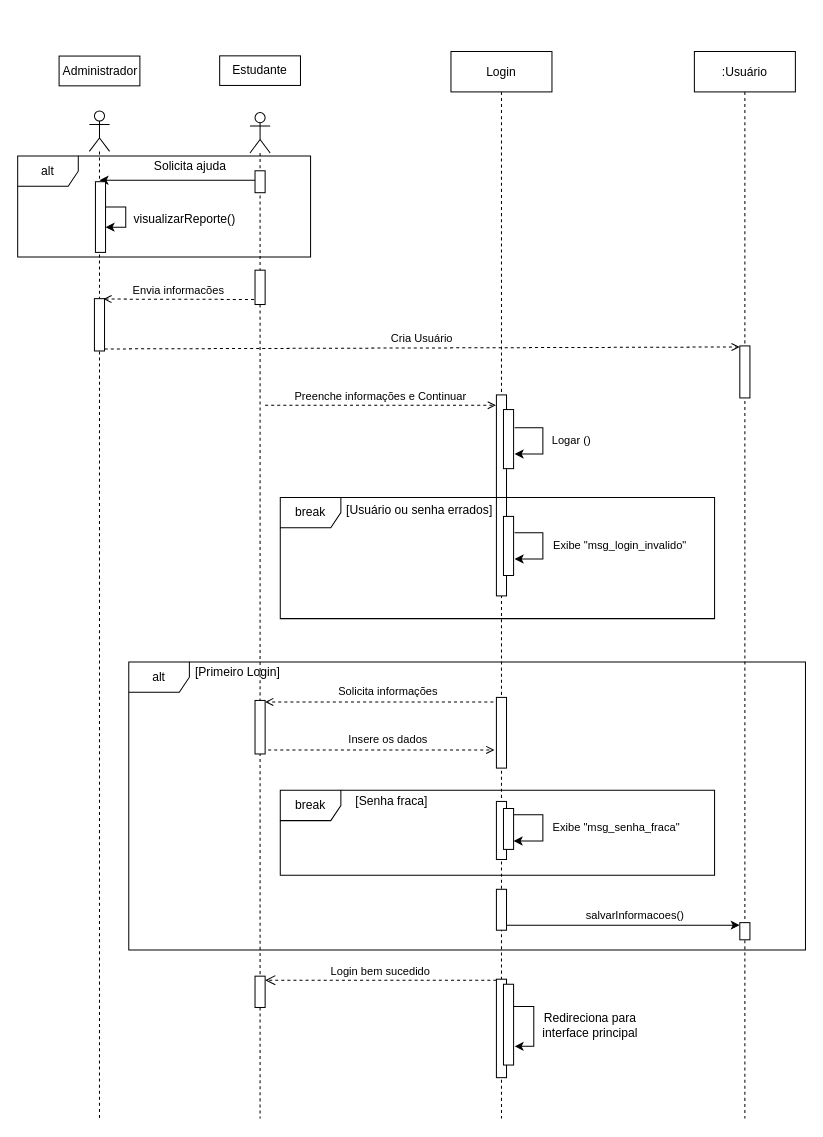
Earlier version of the draw.io diagram DiagramaSequencia.drawio (augustorazani/QENEM-UML-Diagram). Source tidied: cells renumbered, new cells numbered last; positions are measured from the earlier drawing's top-left corner, leaving out a move shared by most shapes. Both pictures are drawn from the tidied source at 101%, with x=0, y=0 at pixel (17, 16).
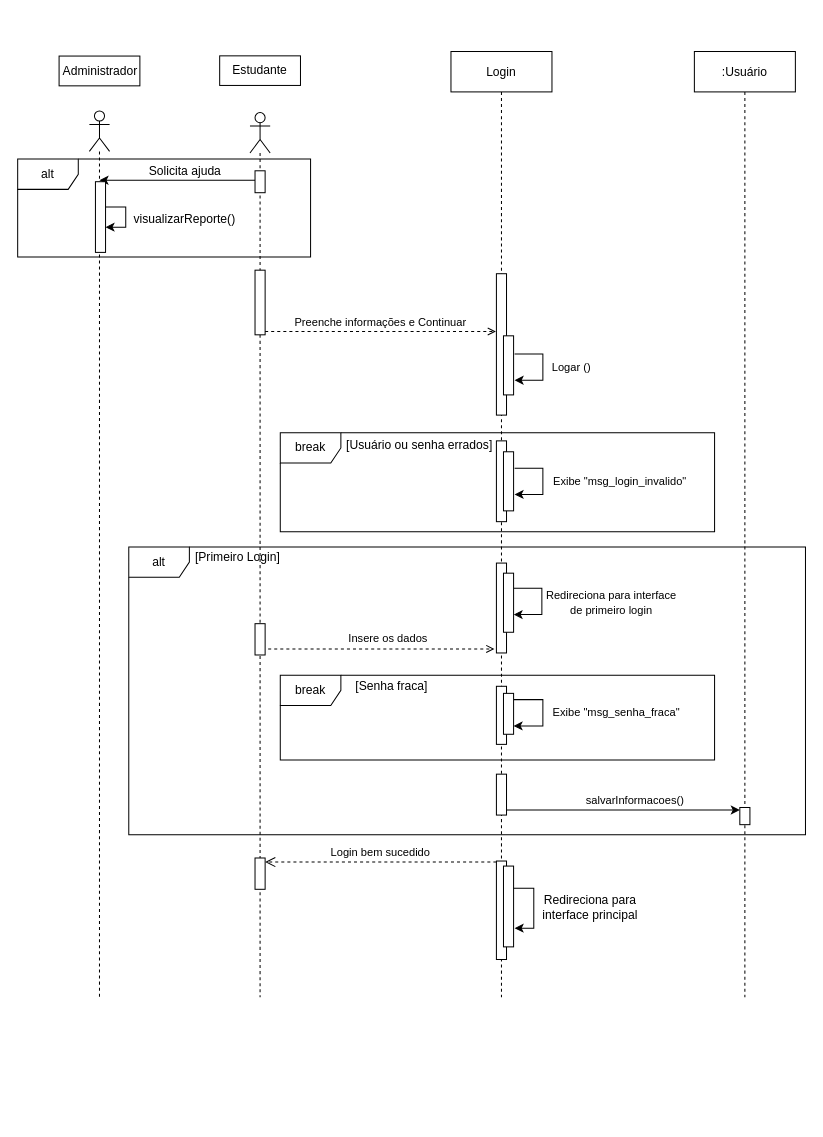
Above is the later version.

Change to the diagram source:
```diff
@@
     <mxCell id="2" value=":Usuário" style="shape=umlLifeline;perimeter=lifelinePerimeter;whiteSpace=wrap;html=1;newEdgeStyle={&quot;curved&quot;:0,&quot;rounded&quot;:0};" parent="1" vertex="1">
-      <mxGeometry x="670" y="34.5" width="100" height="1056.5" as="geometry" />
+      <mxGeometry x="670" y="34.5" width="100" height="936.5" as="geometry" />
     </mxCell>
-    <mxCell id="3" style="html=1;points=[[0,0,0,0,5],[0,1,0,0,-5],[1,0,0,0,5],[1,1,0,0,-5]];perimeter=orthogonalPerimeter;outlineConnect=0;targetShapes=umlLifeline;portConstraint=eastwest;newEdgeStyle={&quot;curved&quot;:0,&quot;rounded&quot;:0};" parent="2" vertex="1">
-      <mxGeometry x="45" y="291.5" width="10" height="51.5" as="geometry" />
-    </mxCell>
     <mxCell id="4" value="Login" style="shape=umlLifeline;perimeter=lifelinePerimeter;whiteSpace=wrap;html=1;newEdgeStyle={&quot;curved&quot;:0,&quot;rounded&quot;:0};" parent="1" vertex="1">
-      <mxGeometry x="429" y="34.5" width="100" height="1056.5" as="geometry" />
+      <mxGeometry x="429" y="34.5" width="100" height="936.5" as="geometry" />
     </mxCell>
     <mxCell id="5" style="html=1;perimeter=orthogonalPerimeter;targetShapes=umlLifeline;newEdgeStyle={&quot;curved&quot;:0,&quot;rounded&quot;:0};" parent="4" vertex="1">
-      <mxGeometry x="45" y="340" width="10" height="199" as="geometry" />
+      <mxGeometry x="45" y="220" width="10" height="140" as="geometry" />
     </mxCell>
     <mxCell id="6" style="html=1;perimeter=orthogonalPerimeter;targetShapes=umlLifeline;newEdgeStyle={&quot;curved&quot;:0,&quot;rounded&quot;:0};" parent="4" vertex="1">
-      <mxGeometry x="45" y="918.5" width="10" height="97.5" as="geometry" />
+      <mxGeometry x="45" y="801.5" width="10" height="97.5" as="geometry" />
     </mxCell>
     <mxCell id="7" style="html=1;perimeter=orthogonalPerimeter;targetShapes=umlLifeline;newEdgeStyle={&quot;curved&quot;:0,&quot;rounded&quot;:0};" parent="4" vertex="1">
-      <mxGeometry x="52" y="923.5" width="10" height="80" as="geometry" />
+      <mxGeometry x="52" y="806.5" width="10" height="80" as="geometry" />
     </mxCell>
     <mxCell id="8" style="edgeStyle=orthogonalEdgeStyle;rounded=0;orthogonalLoop=1;jettySize=auto;html=1;curved=0;" parent="4" edge="1">
       <mxGeometry relative="1" as="geometry">
-        <mxPoint x="63" y="372.5" as="sourcePoint" />
-        <mxPoint x="63" y="398.5" as="targetPoint" />
+        <mxPoint x="63" y="299.5" as="sourcePoint" />
+        <mxPoint x="63" y="325.5" as="targetPoint" />
         <Array as="points">
-          <mxPoint x="91" y="373" />
-          <mxPoint x="91" y="399" />
+          <mxPoint x="91" y="300" />
+          <mxPoint x="91" y="326" />
         </Array>
       </mxGeometry>
     </mxCell>
     <mxCell id="9" style="html=1;perimeter=orthogonalPerimeter;targetShapes=umlLifeline;newEdgeStyle={&quot;curved&quot;:0,&quot;rounded&quot;:0};" parent="4" vertex="1">
-      <mxGeometry x="45" y="742.5" width="10" height="57.5" as="geometry" />
+      <mxGeometry x="45" y="628.5" width="10" height="57.5" as="geometry" />
     </mxCell>
     <mxCell id="10" style="html=1;points=[[0,0,0,0,5],[0,1,0,0,-5],[1,0,0,0,5],[1,1,0,0,-5]];perimeter=orthogonalPerimeter;outlineConnect=0;targetShapes=umlLifeline;portConstraint=eastwest;newEdgeStyle={&quot;curved&quot;:0,&quot;rounded&quot;:0};" parent="4" vertex="1">
-      <mxGeometry x="45" y="829.5" width="10" height="40.5" as="geometry" />
+      <mxGeometry x="45" y="715.5" width="10" height="40.5" as="geometry" />
     </mxCell>
     <mxCell id="11" style="html=1;perimeter=orthogonalPerimeter;targetShapes=umlLifeline;newEdgeStyle={&quot;curved&quot;:0,&quot;rounded&quot;:0};" parent="4" vertex="1">
-      <mxGeometry x="52" y="354.5" width="10" height="58.5" as="geometry" />
+      <mxGeometry x="52" y="281.5" width="10" height="58.5" as="geometry" />
     </mxCell>
     <mxCell id="12" style="edgeStyle=orthogonalEdgeStyle;rounded=0;orthogonalLoop=1;jettySize=auto;html=1;curved=0;" parent="4" edge="1">
       <mxGeometry relative="1" as="geometry">
-        <mxPoint x="62" y="755.7" as="sourcePoint" />
-        <mxPoint x="62" y="781.7" as="targetPoint" />
+        <mxPoint x="62" y="641.7" as="sourcePoint" />
+        <mxPoint x="62" y="667.7" as="targetPoint" />
         <Array as="points">
-          <mxPoint x="91" y="756" />
-          <mxPoint x="91" y="782" />
+          <mxPoint x="91" y="642" />
+          <mxPoint x="91" y="668" />
         </Array>
       </mxGeometry>
     </mxCell>
     <mxCell id="13" style="html=1;perimeter=orthogonalPerimeter;targetShapes=umlLifeline;newEdgeStyle={&quot;curved&quot;:0,&quot;rounded&quot;:0};" parent="4" vertex="1">
-      <mxGeometry x="52" y="749.5" width="10" height="40.5" as="geometry" />
+      <mxGeometry x="52" y="635.5" width="10" height="40.5" as="geometry" />
     </mxCell>
     <mxCell id="14" value="&lt;span style=&quot;font-size: 11px; text-wrap-mode: nowrap; background-color: rgb(255, 255, 255);&quot;&gt;Logar ()&lt;/span&gt;" style="text;html=1;align=center;verticalAlign=middle;whiteSpace=wrap;rounded=0;" parent="1" vertex="1">
-      <mxGeometry x="516" y="405" width="65" height="30" as="geometry" />
+      <mxGeometry x="516" y="332" width="65" height="30" as="geometry" />
     </mxCell>
-    <mxCell id="15" value="&lt;span style=&quot;font-size: 11px; text-wrap-mode: nowrap; background-color: rgb(255, 255, 255);&quot;&gt;Solicita informações&lt;/span&gt;" style="text;html=1;align=center;verticalAlign=middle;whiteSpace=wrap;rounded=0;" parent="1" vertex="1">
-      <mxGeometry x="312" y="658" width="110" height="20" as="geometry" />
-    </mxCell>
+    <mxCell id="57" style="html=1;perimeter=orthogonalPerimeter;targetShapes=umlLifeline;newEdgeStyle={&quot;curved&quot;:0,&quot;rounded&quot;:0};" parent="1" vertex="1">
+      <mxGeometry x="474" y="420" width="10" height="80" as="geometry" />
+    </mxCell>
     <mxCell id="16" value="break" style="shape=umlFrame;whiteSpace=wrap;html=1;" parent="1" vertex="1">
-      <mxGeometry x="260" y="476" width="430" height="120" as="geometry" />
+      <mxGeometry x="260" y="412" width="430" height="98" as="geometry" />
     </mxCell>
     <mxCell id="17" value="&lt;span style=&quot;font-size: 11px; text-wrap-mode: nowrap; background-color: rgb(255, 255, 255);&quot;&gt;Exibe &quot;msg_login_invalido&quot;&lt;/span&gt;" style="text;html=1;align=center;verticalAlign=middle;whiteSpace=wrap;rounded=0;" parent="1" vertex="1">
-      <mxGeometry x="526" y="509" width="141" height="30" as="geometry" />
+      <mxGeometry x="526" y="445" width="141" height="30" as="geometry" />
     </mxCell>
     <mxCell id="18" value="[Usuário ou senha errados]" style="text;html=1;align=center;verticalAlign=middle;whiteSpace=wrap;rounded=0;" parent="1" vertex="1">
-      <mxGeometry x="318" y="474" width="160" height="30" as="geometry" />
+      <mxGeometry x="318" y="410" width="160" height="30" as="geometry" />
     </mxCell>
     <mxCell id="19" value="alt" style="shape=umlFrame;whiteSpace=wrap;html=1;" parent="1" vertex="1">
-      <mxGeometry x="110" y="639" width="670" height="285" as="geometry" />
+      <mxGeometry x="110" y="525" width="670" height="285" as="geometry" />
     </mxCell>
     <mxCell id="20" value="[Primeiro Login]" style="text;html=1;align=center;verticalAlign=middle;whiteSpace=wrap;rounded=0;" parent="1" vertex="1">
-      <mxGeometry x="138" y="634" width="160" height="30" as="geometry" />
+      <mxGeometry x="138" y="520" width="160" height="30" as="geometry" />
     </mxCell>
-    <mxCell id="21" style="endArrow=open;html=1;rounded=0;dashed=1;endFill=0;" parent="1" edge="1">
-      <mxGeometry relative="1" as="geometry">
-        <mxPoint x="477" y="678.5" as="sourcePoint" />
-        <mxPoint x="245" y="678.5" as="targetPoint" />
-      </mxGeometry>
-    </mxCell>
     <mxCell id="22" style="endArrow=open;html=1;rounded=0;dashed=1;endFill=0;" parent="1" edge="1">
       <mxGeometry relative="1" as="geometry">
-        <mxPoint x="248" y="726" as="sourcePoint" />
-        <mxPoint x="472" y="726" as="targetPoint" />
+        <mxPoint x="248" y="626" as="sourcePoint" />
+        <mxPoint x="472" y="626" as="targetPoint" />
         <Array as="points">
-          <mxPoint x="351" y="726" />
+          <mxPoint x="351" y="626" />
         </Array>
       </mxGeometry>
     </mxCell>
     <mxCell id="23" value="&lt;span style=&quot;font-size: 11px; text-wrap-mode: nowrap; background-color: rgb(255, 255, 255);&quot;&gt;Insere os dados&lt;/span&gt;" style="text;html=1;align=center;verticalAlign=middle;whiteSpace=wrap;rounded=0;" parent="1" vertex="1">
-      <mxGeometry x="312" y="706" width="110" height="20" as="geometry" />
+      <mxGeometry x="312" y="606" width="110" height="20" as="geometry" />
     </mxCell>
     <mxCell id="24" value="break" style="shape=umlFrame;whiteSpace=wrap;html=1;" parent="1" vertex="1">
-      <mxGeometry x="260" y="766" width="430" height="84" as="geometry" />
+      <mxGeometry x="260" y="652" width="430" height="84" as="geometry" />
     </mxCell>
     <mxCell id="25" value="&lt;span style=&quot;font-size: 11px; text-wrap-mode: nowrap; background-color: rgb(255, 255, 255);&quot;&gt;Exibe &quot;msg_senha_fraca&quot;&lt;/span&gt;" style="text;html=1;align=center;verticalAlign=middle;whiteSpace=wrap;rounded=0;" parent="1" vertex="1">
-      <mxGeometry x="520" y="788" width="146" height="30" as="geometry" />
+      <mxGeometry x="520" y="674" width="146" height="30" as="geometry" />
     </mxCell>
     <mxCell id="26" value="[Senha fraca]" style="text;html=1;align=center;verticalAlign=middle;whiteSpace=wrap;rounded=0;" parent="1" vertex="1">
-      <mxGeometry x="328" y="762" width="85" height="30" as="geometry" />
+      <mxGeometry x="328" y="648" width="85" height="30" as="geometry" />
     </mxCell>
     <mxCell id="27" value="Login bem sucedido" style="html=1;verticalAlign=bottom;endArrow=open;dashed=1;endSize=8;curved=0;rounded=0;" parent="1" edge="1" target="48">
       <mxGeometry relative="1" as="geometry">
-        <mxPoint x="474" y="954" as="sourcePoint" />
+        <mxPoint x="474" y="837" as="sourcePoint" />
       </mxGeometry>
     </mxCell>
     <mxCell id="28" value="&lt;div&gt;&lt;span style=&quot;background-color: transparent; color: light-dark(rgb(0, 0, 0), rgb(255, 255, 255));&quot;&gt;Redireciona para interface principal&lt;/span&gt;&lt;/div&gt;" style="text;html=1;align=center;verticalAlign=middle;whiteSpace=wrap;rounded=0;" parent="1" vertex="1">
-      <mxGeometry x="510" y="979" width="114" height="40" as="geometry" />
+      <mxGeometry x="510" y="862" width="114" height="40" as="geometry" />
     </mxCell>
     <mxCell id="29" style="edgeStyle=orthogonalEdgeStyle;rounded=0;orthogonalLoop=1;jettySize=auto;html=1;curved=0;" parent="1" edge="1">
       <mxGeometry relative="1" as="geometry">
-        <mxPoint x="491" y="980" as="sourcePoint" />
-        <mxPoint x="492" y="1019.5" as="targetPoint" />
+        <mxPoint x="491" y="863" as="sourcePoint" />
+        <mxPoint x="492" y="902.5" as="targetPoint" />
         <Array as="points">
-          <mxPoint x="511" y="980.5" />
-          <mxPoint x="511" y="1019.5" />
+          <mxPoint x="511" y="863.5" />
+          <mxPoint x="511" y="902.5" />
         </Array>
       </mxGeometry>
     </mxCell>
     <mxCell id="30" value="alt" style="shape=umlFrame;whiteSpace=wrap;html=1;" parent="1" vertex="1">
-      <mxGeometry y="138" width="290" height="100" as="geometry" />
+      <mxGeometry y="141" width="290" height="97" as="geometry" />
     </mxCell>
@@
     <mxCell id="32" style="edgeStyle=orthogonalEdgeStyle;rounded=0;orthogonalLoop=1;jettySize=auto;html=1;curved=0;" parent="1" edge="1">
       <mxGeometry relative="1" as="geometry">
-        <mxPoint x="492" y="511" as="sourcePoint" />
-        <mxPoint x="492" y="537" as="targetPoint" />
+        <mxPoint x="492" y="447" as="sourcePoint" />
+        <mxPoint x="492" y="473" as="targetPoint" />
         <Array as="points">
-          <mxPoint x="520" y="511" />
-          <mxPoint x="520" y="537" />
+          <mxPoint x="520" y="447" />
+          <mxPoint x="520" y="473" />
         </Array>
       </mxGeometry>
     </mxCell>
     <mxCell id="33" style="edgeStyle=orthogonalEdgeStyle;rounded=0;jettySize=auto;html=1;curved=0;exitX=1;exitY=1;exitDx=0;exitDy=-5;exitPerimeter=0;" parent="1" edge="1" source="10" target="36">
       <mxGeometry relative="1" as="geometry">
         <Array as="points">
-          <mxPoint x="660" y="900" />
-          <mxPoint x="660" y="900" />
+          <mxPoint x="660" y="786" />
+          <mxPoint x="660" y="786" />
         </Array>
       </mxGeometry>
     </mxCell>
@@
     <mxCell id="35" style="html=1;perimeter=orthogonalPerimeter;targetShapes=umlLifeline;newEdgeStyle={&quot;curved&quot;:0,&quot;rounded&quot;:0};" parent="1" vertex="1">
-      <mxGeometry x="474" y="674" width="10" height="70" as="geometry" />
+      <mxGeometry x="474" y="541" width="10" height="89" as="geometry" />
     </mxCell>
     <mxCell id="36" style="html=1;points=[[0,0,0,0,5],[0,1,0,0,-5],[1,0,0,0,5],[1,1,0,0,-5]];perimeter=orthogonalPerimeter;outlineConnect=0;targetShapes=umlLifeline;portConstraint=eastwest;newEdgeStyle={&quot;curved&quot;:0,&quot;rounded&quot;:0};" parent="1" vertex="1">
-      <mxGeometry x="715" y="897" width="10" height="17" as="geometry" />
+      <mxGeometry x="715" y="783" width="10" height="17" as="geometry" />
     </mxCell>
@@
     <mxCell id="38" style="shape=umlLifeline;perimeter=lifelinePerimeter;whiteSpace=wrap;html=1;newEdgeStyle={&quot;curved&quot;:0,&quot;rounded&quot;:0};participant=umlActor;" parent="1" vertex="1">
-      <mxGeometry x="71" y="93.4" width="20" height="997.6" as="geometry" />
+      <mxGeometry x="71" y="93.4" width="20" height="877.6" as="geometry" />
     </mxCell>
@@
-    <mxCell id="42" style="html=1;perimeter=orthogonalPerimeter;targetShapes=umlLifeline;newEdgeStyle={&quot;curved&quot;:0,&quot;rounded&quot;:0};" parent="1" vertex="1">
-      <mxGeometry x="76" y="279.2" width="10" height="51.8" as="geometry" />
-    </mxCell>
     <mxCell id="43" value="Solicita ajuda" style="text;html=1;align=center;verticalAlign=middle;whiteSpace=wrap;rounded=0;" parent="1" vertex="1">
-      <mxGeometry x="125.5" y="131.5" width="90" height="33.4" as="geometry" />
+      <mxGeometry x="120.5" y="136.5" width="90" height="33.4" as="geometry" />
     </mxCell>
@@
-    <mxCell id="45" value="Cria Usuário" style="html=1;verticalAlign=bottom;endArrow=open;curved=0;rounded=0;dashed=1;endFill=0;entryX=-0.013;entryY=0.02;entryDx=0;entryDy=0;entryPerimeter=0;" parent="1" edge="1" target="3">
-      <mxGeometry relative="1" as="geometry">
-        <mxPoint x="86.2" y="329" as="sourcePoint" />
-      </mxGeometry>
-    </mxCell>
     <mxCell id="46" style="shape=umlLifeline;perimeter=lifelinePerimeter;whiteSpace=wrap;html=1;newEdgeStyle={&quot;curved&quot;:0,&quot;rounded&quot;:0};participant=umlActor;" parent="1" vertex="1">
-      <mxGeometry x="230" y="95" width="20" height="996" as="geometry" />
+      <mxGeometry x="230" y="95" width="20" height="876" as="geometry" />
     </mxCell>
     <mxCell id="47" style="html=1;perimeter=orthogonalPerimeter;targetShapes=umlLifeline;newEdgeStyle={&quot;curved&quot;:0,&quot;rounded&quot;:0};" parent="46" vertex="1">
-      <mxGeometry x="5" y="582" width="10" height="53" as="geometry" />
+      <mxGeometry x="5" y="506" width="10" height="31" as="geometry" />
     </mxCell>
     <mxCell id="48" style="html=1;points=[[0,0,0,0,5],[0,1,0,0,-5],[1,0,0,0,5],[1,1,0,0,-5]];perimeter=orthogonalPerimeter;outlineConnect=0;targetShapes=umlLifeline;portConstraint=eastwest;newEdgeStyle={&quot;curved&quot;:0,&quot;rounded&quot;:0};" parent="46" vertex="1">
-      <mxGeometry x="5" y="855" width="10" height="31" as="geometry" />
+      <mxGeometry x="5" y="738" width="10" height="31" as="geometry" />
     </mxCell>
     <mxCell id="49" style="html=1;perimeter=orthogonalPerimeter;targetShapes=umlLifeline;newEdgeStyle={&quot;curved&quot;:0,&quot;rounded&quot;:0};" parent="46" vertex="1">
-      <mxGeometry x="5" y="156" width="10" height="34" as="geometry" />
+      <mxGeometry x="5" y="156" width="10" height="64" as="geometry" />
     </mxCell>
     <mxCell id="50" value="Preenche informações e Continuar" style="html=1;verticalAlign=bottom;endArrow=open;curved=0;rounded=0;dashed=1;endFill=0;" parent="1" edge="1">
       <mxGeometry relative="1" as="geometry">
-        <mxPoint x="245" y="384.7" as="sourcePoint" />
-        <mxPoint x="473.5" y="384.7" as="targetPoint" />
+        <mxPoint x="245" y="311.7" as="sourcePoint" />
+        <mxPoint x="473.5" y="311.7" as="targetPoint" />
       </mxGeometry>
     </mxCell>
-    <mxCell id="51" value="&lt;div&gt;&lt;br&gt;&lt;/div&gt;Envia informacões" style="html=1;verticalAlign=bottom;endArrow=open;curved=0;rounded=0;dashed=1;endFill=0;" parent="1" edge="1">
-      <mxGeometry relative="1" as="geometry">
-        <mxPoint x="234" y="280" as="sourcePoint" />
-        <mxPoint x="84.9" y="279.6" as="targetPoint" />
-      </mxGeometry>
-    </mxCell>
@@
     <mxCell id="55" style="html=1;perimeter=orthogonalPerimeter;targetShapes=umlLifeline;newEdgeStyle={&quot;curved&quot;:0,&quot;rounded&quot;:0};" parent="1" vertex="1">
-      <mxGeometry x="481" y="494.8" width="10" height="58.5" as="geometry" />
+      <mxGeometry x="481" y="430.8" width="10" height="58.5" as="geometry" />
     </mxCell>
@@
+    <mxCell id="58" style="edgeStyle=orthogonalEdgeStyle;rounded=0;orthogonalLoop=1;jettySize=auto;html=1;curved=0;" parent="1" edge="1">
+      <mxGeometry relative="1" as="geometry">
+        <mxPoint x="491" y="566" as="sourcePoint" />
+        <mxPoint x="491" y="592" as="targetPoint" />
+        <Array as="points">
+          <mxPoint x="519" y="566" />
+          <mxPoint x="519" y="592" />
+        </Array>
+      </mxGeometry>
+    </mxCell>
+    <mxCell id="59" value="&lt;span style=&quot;font-size: 11px; text-wrap-mode: nowrap; background-color: rgb(255, 255, 255);&quot;&gt;Redireciona para interface&lt;/span&gt;&lt;div&gt;&lt;span style=&quot;font-size: 11px; text-wrap-mode: nowrap; background-color: rgb(255, 255, 255);&quot;&gt;de primeiro login&lt;/span&gt;&lt;/div&gt;" style="text;html=1;align=center;verticalAlign=middle;whiteSpace=wrap;rounded=0;" parent="1" vertex="1">
+      <mxGeometry x="516" y="565.8" width="144" height="29" as="geometry" />
+    </mxCell>
+    <mxCell id="60" style="html=1;perimeter=orthogonalPerimeter;targetShapes=umlLifeline;newEdgeStyle={&quot;curved&quot;:0,&quot;rounded&quot;:0};" parent="1" vertex="1">
+      <mxGeometry x="481" y="551" width="10" height="58.5" as="geometry" />
+    </mxCell>
```
